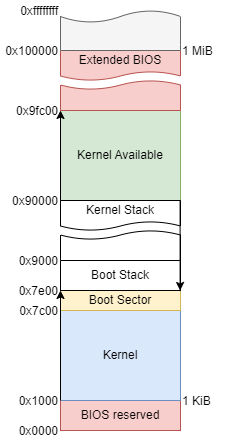
Above: docs/boot/boot_memory_diagram.png in makeopensource/mOS (draw.io), before the change. Source tidied: cells renumbered, new cells last; positions are measured from the earlier drawing's top-left corner, leaving out a move shared by most shapes.
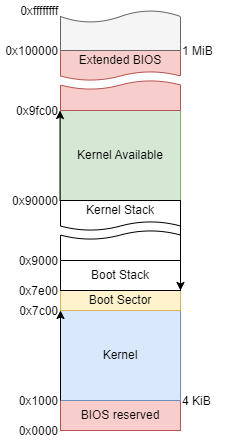
Later version of the same file.

Commit message:
fix diagram typo

Change to the diagram source:
```diff
@@ -62,25 +62,26 @@
     <mxCell id="21" value="1 MiB" style="text;html=1;strokeColor=none;fillColor=none;align=left;verticalAlign=bottom;whiteSpace=wrap;rounded=0;" parent="1" vertex="1">
       <mxGeometry x="180" y="40" width="60" height="20" as="geometry" />
     </mxCell>
-    <mxCell id="22" value="1 KiB" style="text;html=1;strokeColor=none;fillColor=none;align=left;verticalAlign=bottom;whiteSpace=wrap;rounded=0;" parent="1" vertex="1">
+    <mxCell id="22" value="4 KiB" style="text;html=1;strokeColor=none;fillColor=none;align=left;verticalAlign=bottom;whiteSpace=wrap;rounded=0;" parent="1" vertex="1">
       <mxGeometry x="180" y="390" width="60" height="20" as="geometry" />
     </mxCell>
     <mxCell id="23" style="endArrow=classic;html=1;rounded=0;" parent="1" edge="1">
       <mxGeometry relative="1" as="geometry">
-        <mxPoint x="179.6" y="200" as="sourcePoint" />
-        <mxPoint x="179.6" y="290" as="targetPoint" />
+        <mxPoint x="180" y="200" as="sourcePoint" />
+        <mxPoint x="180" y="290" as="targetPoint" />
       </mxGeometry>
     </mxCell>
-    <mxCell id="24" style="endArrow=classic;html=1;rounded=0;" parent="1" edge="1">
-      <mxGeometry relative="1" as="geometry">
-        <mxPoint x="60" y="200" as="sourcePoint" />
-        <mxPoint x="60" y="110" as="targetPoint" />
-      </mxGeometry>
-    </mxCell>
-    <mxCell id="25" style="endArrow=classic;html=1;rounded=0;entryX=1;entryY=0.5;entryDx=0;entryDy=0;" parent="1" edge="1" target="8">
-      <mxGeometry relative="1" as="geometry">
-        <mxPoint x="60" y="400" as="sourcePoint" />
-      </mxGeometry>
-    </mxCell>
+    <mxCell id="26" style="endArrow=classic;html=1;rounded=0;" parent="1" edge="1">
+      <mxGeometry relative="1" as="geometry">
+        <mxPoint x="60" y="400" as="sourcePoint" />
+        <mxPoint x="60" y="310" as="targetPoint" />
+      </mxGeometry>
+    </mxCell>
+    <mxCell id="27" style="endArrow=classic;html=1;rounded=0;" parent="1" edge="1">
+      <mxGeometry relative="1" as="geometry">
+        <mxPoint x="59.5" y="200" as="sourcePoint" />
+        <mxPoint x="59.5" y="110" as="targetPoint" />
+      </mxGeometry>
+    </mxCell>
   </root>
 </mxGraphModel>
```
